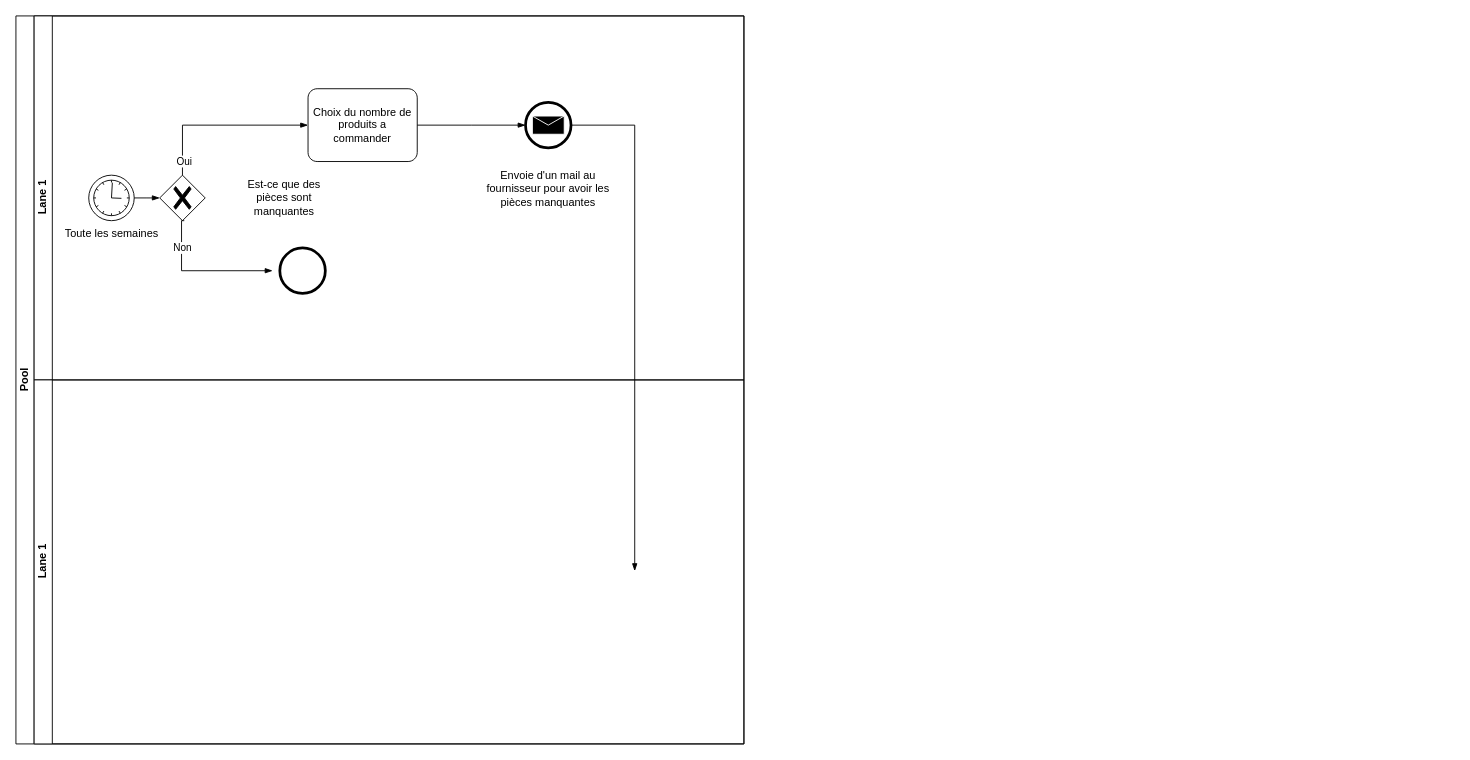
Above: Reassort.drawio in quemet/Draw.io (draw.io), before the change. Source tidied: cells renumbered, new cells numbered last; positions are measured from the earlier drawing's top-left corner, leaving out a move shared by most shapes. Both pictures are drawn from the tidied source at 91%, with x=0, y=0 at pixel (15, 15).
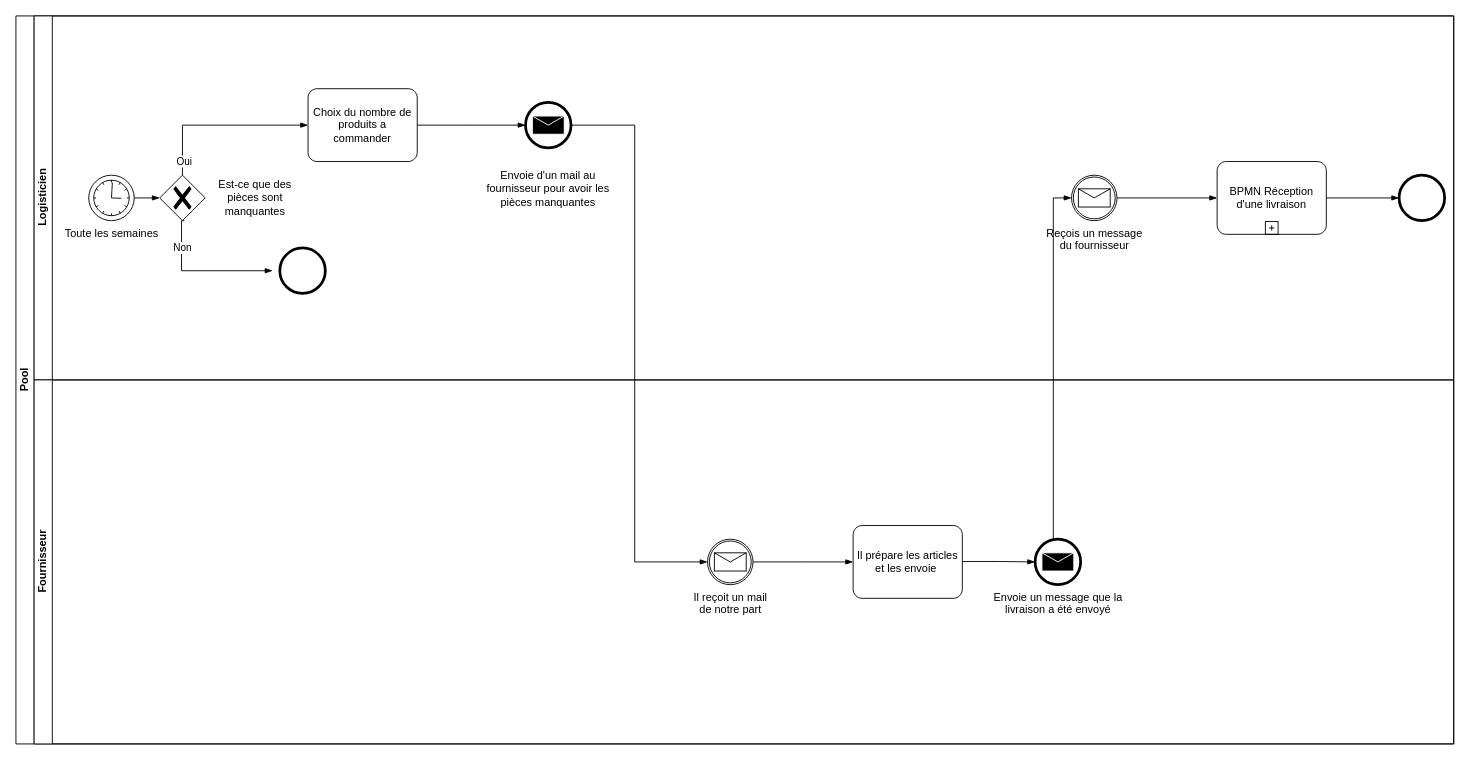
After the change.

Commit message:
Mettre à jour Reassort.drawio

Unchanged cells that the change refers to:
```xml
<mxCell id="15" style="points=[[0.145,0.145,0],[0.5,0,0],[0.855,0.145,0],[1,0.5,0],[0.855,0.855,0],[0.5,1,0],[0.145,0.855,0],[0,0.5,0]];shape=mxgraph.bpmn.event;html=1;verticalLabelPosition=bottom;labelBackgroundColor=#ffffff;verticalAlign=top;align=center;perimeter=ellipsePerimeter;outlineConnect=0;outline=end;symbol=message;" parent="3" vertex="1">
  <mxGeometry x="540" y="95" width="50" height="50" as="geometry" />
</mxCell>
```

Change to the diagram source:
```diff
@@
     <mxCell id="2" value="Pool" style="swimlane;html=1;horizontal=0;startSize=20;whiteSpace=wrap;" parent="1" vertex="1">
-      <mxGeometry width="800" height="800" as="geometry" />
+      <mxGeometry width="1580" height="800" as="geometry" />
     </mxCell>
-    <mxCell id="3" value="Lane 1" style="swimlane;html=1;startSize=20;horizontal=0;" parent="2" vertex="1">
-      <mxGeometry x="20" width="780" height="400" as="geometry" />
+    <mxCell id="3" value="Logisticien" style="swimlane;html=1;startSize=20;horizontal=0;" parent="2" vertex="1">
+      <mxGeometry x="20" width="1560" height="400" as="geometry" />
     </mxCell>
@@
     <mxCell id="9" value="Est-ce que des pièces sont manquantes" style="text;html=1;strokeColor=none;fillColor=none;align=center;verticalAlign=middle;whiteSpace=wrap;rounded=0;" parent="3" vertex="1">
-      <mxGeometry x="220" y="170" width="110" height="60" as="geometry" />
+      <mxGeometry x="188" y="170" width="110" height="60" as="geometry" />
     </mxCell>
@@
+    <mxCell id="19" value="Reçois un message &lt;br&gt;du fournisseur" style="points=[[0.145,0.145,0],[0.5,0,0],[0.855,0.145,0],[1,0.5,0],[0.855,0.855,0],[0.5,1,0],[0.145,0.855,0],[0,0.5,0]];shape=mxgraph.bpmn.event;html=1;verticalLabelPosition=bottom;labelBackgroundColor=#ffffff;verticalAlign=top;align=center;perimeter=ellipsePerimeter;outlineConnect=0;outline=catching;symbol=message;" parent="3" vertex="1">
+      <mxGeometry x="1140" y="175" width="50" height="50" as="geometry" />
+    </mxCell>
+    <mxCell id="20" value="BPMN Réception d'une livraison" style="points=[[0.25,0,0],[0.5,0,0],[0.75,0,0],[1,0.25,0],[1,0.5,0],[1,0.75,0],[0.75,1,0],[0.5,1,0],[0.25,1,0],[0,0.75,0],[0,0.5,0],[0,0.25,0]];shape=mxgraph.bpmn.task;whiteSpace=wrap;rectStyle=rounded;size=10;html=1;taskMarker=abstract;isLoopSub=1;" parent="3" vertex="1">
+      <mxGeometry x="1300" y="160" width="120" height="80" as="geometry" />
+    </mxCell>
+    <mxCell id="21" style="edgeStyle=elbowEdgeStyle;fontSize=12;html=1;endArrow=blockThin;endFill=1;rounded=0;exitX=1;exitY=0.5;exitDx=0;exitDy=0;exitPerimeter=0;entryX=0;entryY=0.5;entryDx=0;entryDy=0;entryPerimeter=0;" parent="3" edge="1" source="19" target="20">
+      <mxGeometry relative="1" as="geometry" />
+    </mxCell>
+    <mxCell id="22" style="edgeStyle=elbowEdgeStyle;fontSize=12;html=1;endArrow=blockThin;endFill=1;rounded=0;exitX=1;exitY=0.5;exitDx=0;exitDy=0;exitPerimeter=0;entryX=0;entryY=0.5;entryDx=0;entryDy=0;entryPerimeter=0;" parent="3" edge="1" source="20" target="23">
+      <mxGeometry relative="1" as="geometry" />
+    </mxCell>
+    <mxCell id="23" style="points=[[0.145,0.145,0],[0.5,0,0],[0.855,0.145,0],[1,0.5,0],[0.855,0.855,0],[0.5,1,0],[0.145,0.855,0],[0,0.5,0]];shape=mxgraph.bpmn.event;html=1;verticalLabelPosition=bottom;labelBackgroundColor=#ffffff;verticalAlign=top;align=center;perimeter=ellipsePerimeter;outlineConnect=0;outline=end;symbol=terminate2;" parent="3" vertex="1">
+      <mxGeometry x="1500" y="175" width="50" height="50" as="geometry" />
+    </mxCell>
+    <mxCell id="18" value="Fournisseur" style="swimlane;html=1;startSize=20;horizontal=0;" parent="2" vertex="1">
+      <mxGeometry x="20" y="400" width="1560" height="400" as="geometry" />
+    </mxCell>
+    <mxCell id="24" value="Il reçoit un mail &lt;br&gt;de notre part" style="points=[[0.145,0.145,0],[0.5,0,0],[0.855,0.145,0],[1,0.5,0],[0.855,0.855,0],[0.5,1,0],[0.145,0.855,0],[0,0.5,0]];shape=mxgraph.bpmn.event;html=1;verticalLabelPosition=bottom;labelBackgroundColor=#ffffff;verticalAlign=top;align=center;perimeter=ellipsePerimeter;outlineConnect=0;outline=catching;symbol=message;" parent="18" vertex="1">
+      <mxGeometry x="740" y="175" width="50" height="50" as="geometry" />
+    </mxCell>
+    <mxCell id="25" value="Il prépare les articles et les envoie&amp;nbsp;" style="points=[[0.25,0,0],[0.5,0,0],[0.75,0,0],[1,0.25,0],[1,0.5,0],[1,0.75,0],[0.75,1,0],[0.5,1,0],[0.25,1,0],[0,0.75,0],[0,0.5,0],[0,0.25,0]];shape=mxgraph.bpmn.task;whiteSpace=wrap;rectStyle=rounded;size=10;html=1;taskMarker=abstract;" parent="18" vertex="1">
+      <mxGeometry x="900" y="160" width="120" height="80" as="geometry" />
+    </mxCell>
+    <mxCell id="26" style="edgeStyle=elbowEdgeStyle;fontSize=12;html=1;endArrow=blockThin;endFill=1;rounded=0;exitX=1;exitY=0.5;exitDx=0;exitDy=0;exitPerimeter=0;entryX=0;entryY=0.5;entryDx=0;entryDy=0;entryPerimeter=0;" parent="18" edge="1" source="24" target="25">
+      <mxGeometry relative="1" as="geometry" />
+    </mxCell>
+    <mxCell id="27" value="Envoie un message que la &lt;br&gt;livraison a été envoyé" style="points=[[0.145,0.145,0],[0.5,0,0],[0.855,0.145,0],[1,0.5,0],[0.855,0.855,0],[0.5,1,0],[0.145,0.855,0],[0,0.5,0]];shape=mxgraph.bpmn.event;html=1;verticalLabelPosition=bottom;labelBackgroundColor=#ffffff;verticalAlign=top;align=center;perimeter=ellipsePerimeter;outlineConnect=0;outline=end;symbol=message;" parent="18" vertex="1">
+      <mxGeometry x="1100" y="175" width="50" height="50" as="geometry" />
+    </mxCell>
+    <mxCell id="28" style="edgeStyle=elbowEdgeStyle;fontSize=12;html=1;endArrow=blockThin;endFill=1;rounded=0;exitX=1;exitY=0.494;exitDx=0;exitDy=0;exitPerimeter=0;entryX=0;entryY=0.5;entryDx=0;entryDy=0;entryPerimeter=0;" parent="18" edge="1" source="25" target="27">
+      <mxGeometry relative="1" as="geometry" />
+    </mxCell>
-    <mxCell id="17" style="edgeStyle=elbowEdgeStyle;fontSize=12;html=1;endArrow=blockThin;endFill=1;rounded=0;exitX=1;exitY=0.5;exitDx=0;exitDy=0;exitPerimeter=0;" parent="3" edge="1" source="15">
+    <mxCell id="17" style="edgeStyle=elbowEdgeStyle;fontSize=12;html=1;endArrow=blockThin;endFill=1;rounded=0;exitX=1;exitY=0.5;exitDx=0;exitDy=0;exitPerimeter=0;entryX=0;entryY=0.5;entryDx=0;entryDy=0;entryPerimeter=0;" parent="2" edge="1" source="15" target="24">
       <mxGeometry relative="1" as="geometry">
-        <mxPoint x="660" y="610" as="targetPoint" />
         <Array as="points">
-          <mxPoint x="660" y="220" />
+          <mxPoint x="680" y="220" />
         </Array>
       </mxGeometry>
     </mxCell>
-    <mxCell id="18" value="Lane 1" style="swimlane;html=1;startSize=20;horizontal=0;" parent="2" vertex="1">
-      <mxGeometry x="20" y="400" width="780" height="400" as="geometry" />
-    </mxCell>
+    <mxCell id="29" style="edgeStyle=elbowEdgeStyle;fontSize=12;html=1;endArrow=blockThin;endFill=1;rounded=0;exitX=0.5;exitY=0;exitDx=0;exitDy=0;exitPerimeter=0;entryX=0;entryY=0.5;entryDx=0;entryDy=0;entryPerimeter=0;" parent="2" edge="1" source="27" target="19">
+      <mxGeometry relative="1" as="geometry">
+        <Array as="points">
+          <mxPoint x="1140" y="370" />
+        </Array>
+      </mxGeometry>
+    </mxCell>
```
